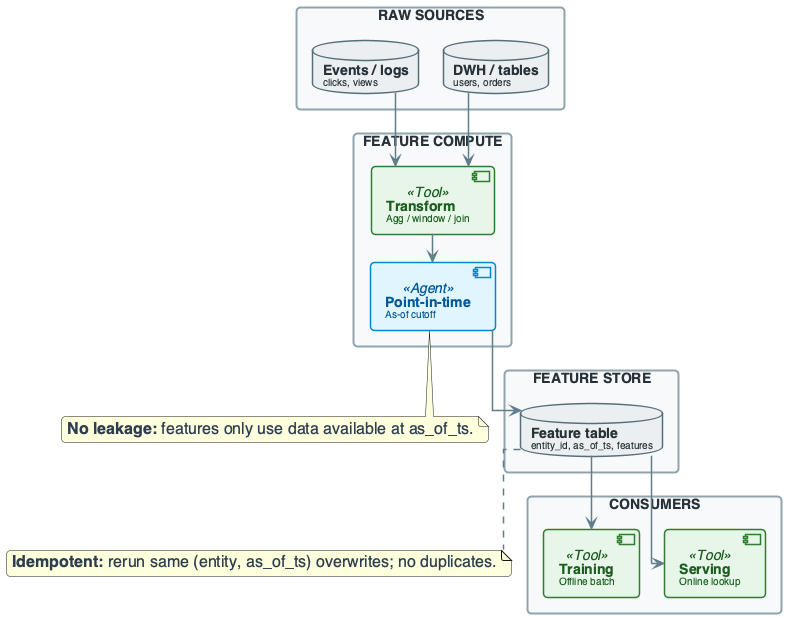
Above: diagrams/week11/week11_lecture_slide08_feature_pipeline_overview.png in OrPerets/data-engineering-course (PlantUML), before the change.
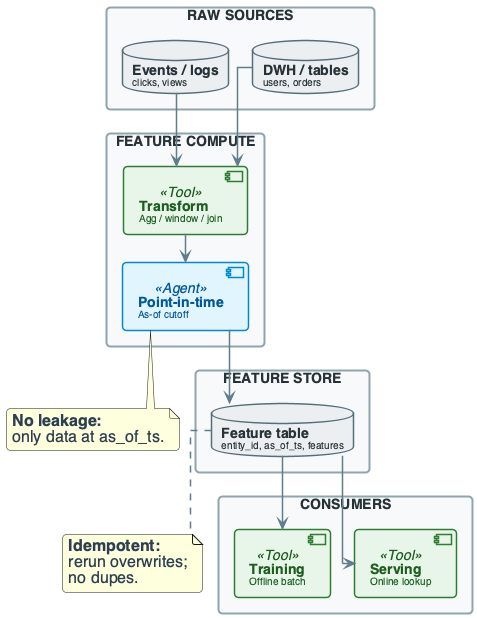
The same diagram one commit later.

Change to the diagram source:
```diff
@@ -144,7 +144,7 @@
 FT --> TRAIN
 FT --> SERVE
 
-note bottom of PIT : **No leakage:** features only use data available at as_of_ts.
-note bottom of FT : **Idempotent:** rerun same (entity, as_of_ts) overwrites; no duplicates.
+note bottom of PIT : **No leakage:**\nonly data at as_of_ts.
+note bottom of FT : **Idempotent:**\nrerun overwrites;\nno dupes.
 
 @enduml
```
